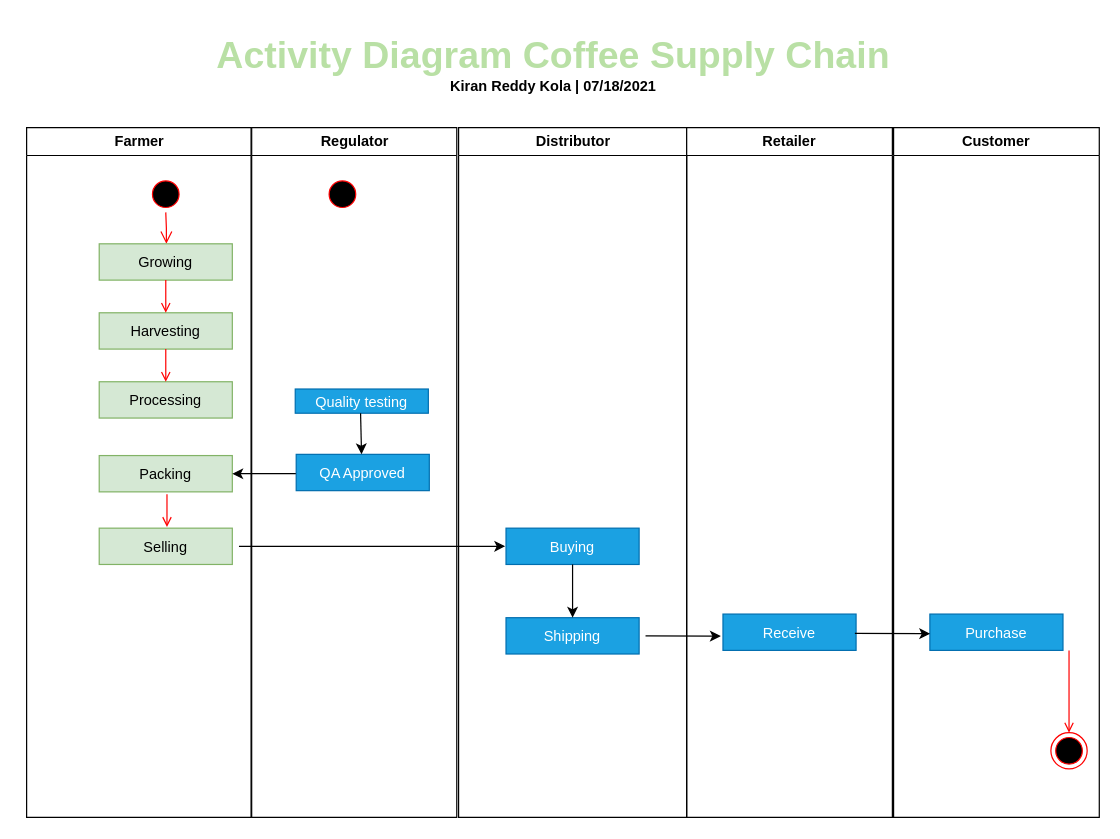
kirankola/Coffee-SupplyChain keeps this draw.io diagram as UML/Activity_Coffee.drawio. Above is the earlier version. Source tidied: cells renumbered, new cells numbered last; positions are measured from the earlier drawing's top-left corner, leaving out a move shared by most shapes. Both pictures are drawn from the tidied source at 121%, with x=0, y=0 at pixel (21, 21).
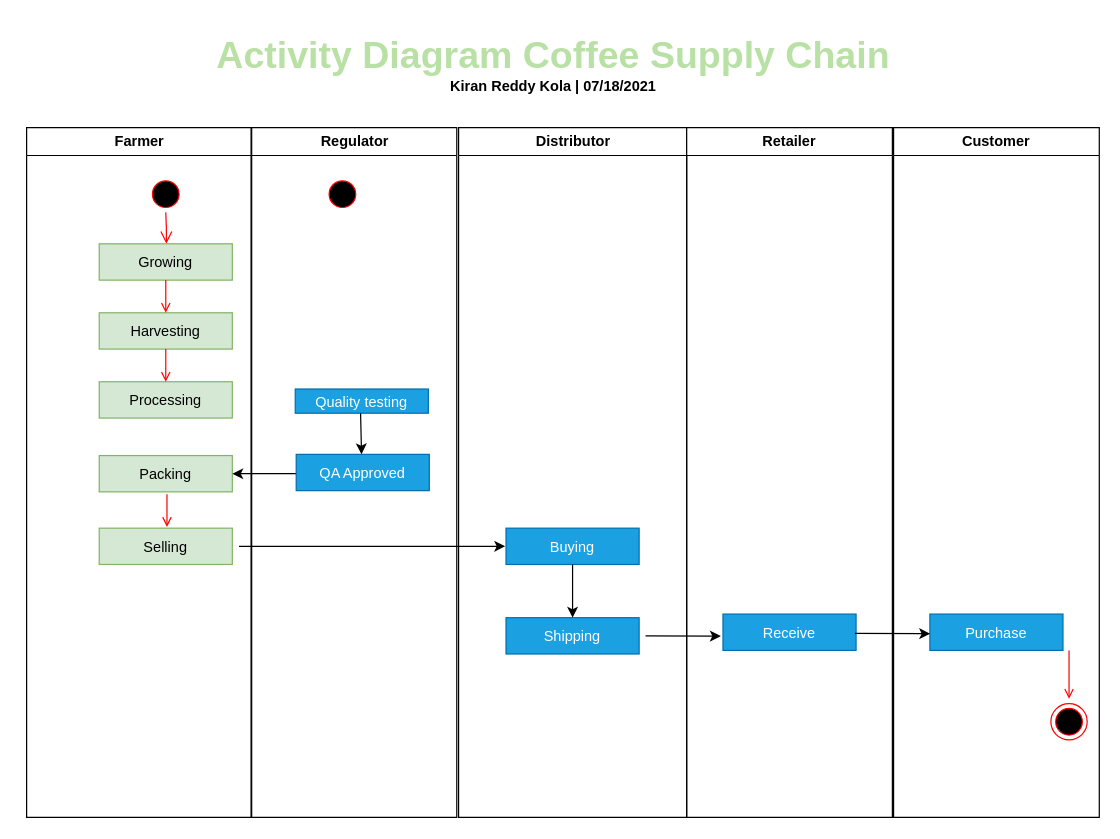
Above is the later version.

Unchanged cells that the change refers to:
```xml
<mxCell id="24" value="Customer" style="swimlane;whiteSpace=wrap;startSize=23;" parent="1" vertex="1">
  <mxGeometry x="721" y="88" width="170" height="570" as="geometry" />
</mxCell>
```

Diff of the diagram source:
```diff
@@
     <mxCell id="25" style="ellipse;shape=endState;fillColor=#000000;strokeColor=#ff0000;" parent="24" vertex="1">
-      <mxGeometry x="130" y="500" width="30" height="30" as="geometry" />
+      <mxGeometry x="130" y="476" width="30" height="30" as="geometry" />
     </mxCell>
-    <mxCell id="26" style="endArrow=open;strokeColor=#FF0000;endFill=1;rounded=0;" parent="24" edge="1" target="25">
+    <mxCell id="26" style="endArrow=open;strokeColor=#FF0000;endFill=1;rounded=0;" parent="24" edge="1">
       <mxGeometry relative="1" as="geometry">
         <mxPoint x="145" y="432" as="sourcePoint" />
+        <mxPoint x="145" y="472" as="targetPoint" />
       </mxGeometry>
     </mxCell>
```
